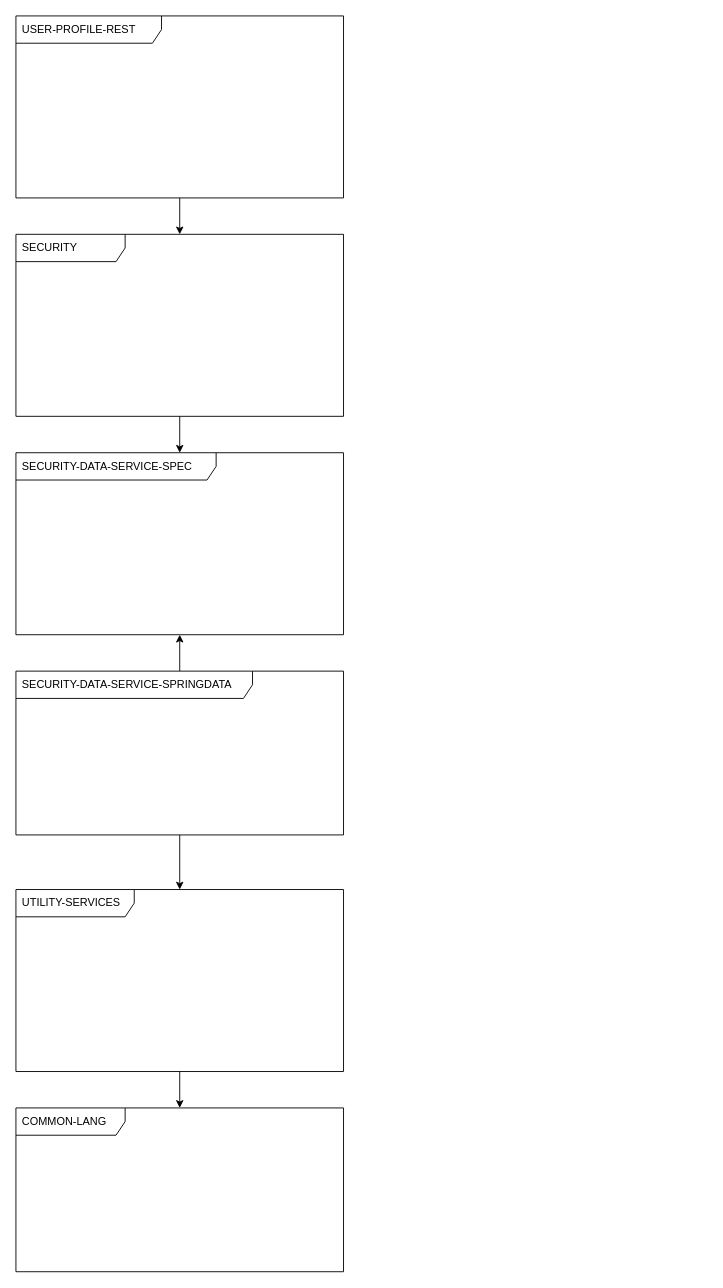
Before: docs/modules.drawio in fx89/advancedbattleships, a draw.io diagram. Source tidied: cells renumbered, new cells numbered last; positions are measured from the earlier drawing's top-left corner, leaving out a move shared by most shapes. Both pictures are drawn from the tidied source at 91%, with x=0, y=0 at pixel (15, 15).
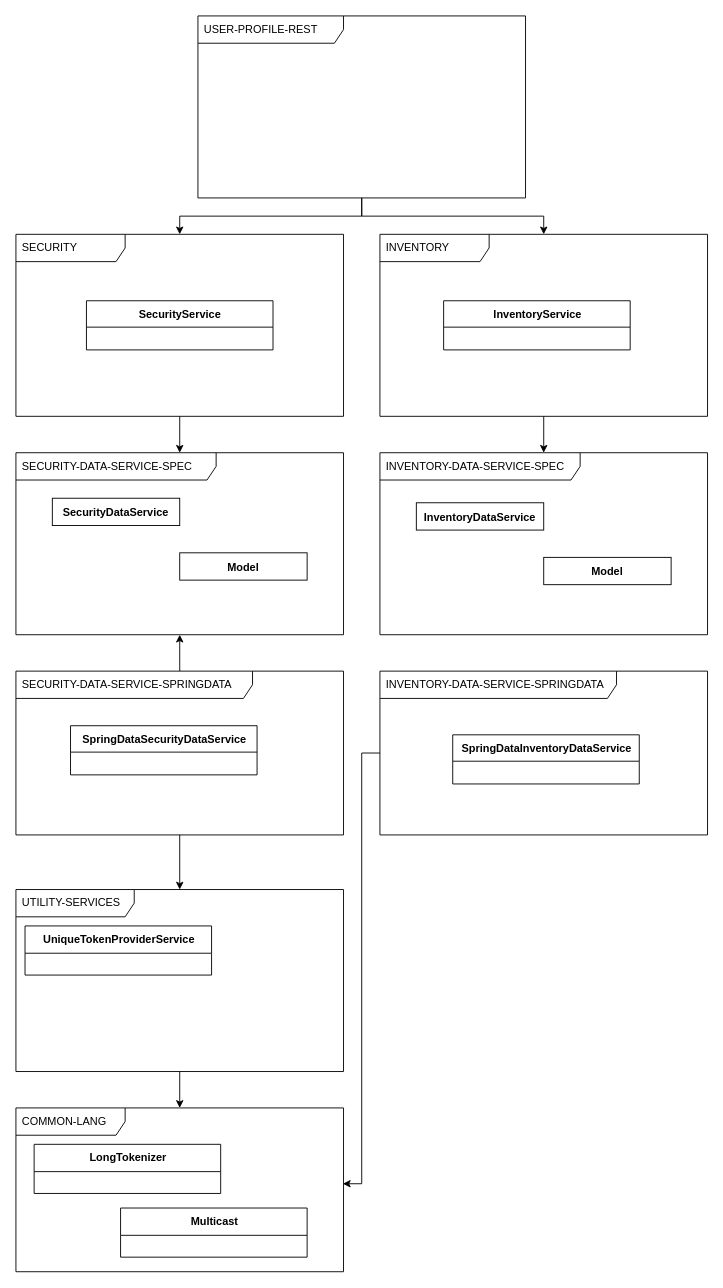
The same page after the edit.

Unchanged cells that the change refers to:
```xml
<mxCell id="2" value="COMMON-LANG" style="shape=umlFrame;whiteSpace=wrap;html=1;width=120;height=30;boundedLbl=1;verticalAlign=middle;align=left;spacingLeft=5;" parent="1" vertex="1">
  <mxGeometry y="1200" width="360" height="180" as="geometry" />
</mxCell>
```

Diff of the diagram source:
```diff
@@
+    <mxCell id="13" style="edgeStyle=orthogonalEdgeStyle;rounded=0;jettySize=auto;html=1;" parent="1" edge="1" source="10" target="15">
+      <mxGeometry relative="1" as="geometry" />
+    </mxCell>
     <mxCell id="10" value="USER-PROFILE-REST" style="shape=umlFrame;whiteSpace=wrap;html=1;width=160;height=30;boundedLbl=1;verticalAlign=middle;align=left;spacingLeft=5;" parent="1" vertex="1">
-      <mxGeometry width="360" height="200" as="geometry" />
+      <mxGeometry x="200" width="360" height="200" as="geometry" />
     </mxCell>
@@
+    <mxCell id="14" style="edgeStyle=orthogonalEdgeStyle;rounded=0;jettySize=auto;html=1;" parent="1" edge="1" source="15" target="16">
+      <mxGeometry relative="1" as="geometry" />
+    </mxCell>
+    <mxCell id="15" value="INVENTORY" style="shape=umlFrame;whiteSpace=wrap;html=1;width=120;height=30;boundedLbl=1;verticalAlign=middle;align=left;spacingLeft=5;" parent="1" vertex="1">
+      <mxGeometry x="400" y="240" width="360" height="200" as="geometry" />
+    </mxCell>
+    <mxCell id="16" value="INVENTORY-DATA-SERVICE-SPEC" style="shape=umlFrame;whiteSpace=wrap;html=1;width=220;height=30;boundedLbl=1;verticalAlign=middle;align=left;spacingLeft=5;" parent="1" vertex="1">
+      <mxGeometry x="400" y="480" width="360" height="200" as="geometry" />
+    </mxCell>
+    <mxCell id="17" style="edgeStyle=orthogonalEdgeStyle;rounded=0;jettySize=auto;html=1;entryX=0.998;entryY=0.463;entryDx=0;entryDy=0;entryPerimeter=0;" parent="1" edge="1" source="18" target="2">
+      <mxGeometry relative="1" as="geometry" />
+    </mxCell>
+    <mxCell id="18" value="INVENTORY-DATA-SERVICE-SPRINGDATA" style="shape=umlFrame;whiteSpace=wrap;html=1;width=260;height=30;boundedLbl=1;verticalAlign=middle;align=left;spacingLeft=5;" parent="1" vertex="1">
+      <mxGeometry x="400" y="720" width="360" height="180" as="geometry" />
+    </mxCell>
+    <mxCell id="19" value="SpringDataInventoryDataService" style="swimlane;fontStyle=1;align=center;verticalAlign=middle;horizontal=1;startSize=29;html=1;" parent="1" vertex="1">
+      <mxGeometry x="480" y="790" width="205" height="54" as="geometry" />
+    </mxCell>
+    <mxCell id="20" value="InventoryDataService" style="fontStyle=1;" parent="1" vertex="1">
+      <mxGeometry x="440" y="535" width="140" height="30" as="geometry" />
+    </mxCell>
+    <mxCell id="21" value="Model" style="fontStyle=1;" parent="1" vertex="1">
+      <mxGeometry x="580" y="595" width="140" height="30" as="geometry" />
+    </mxCell>
+    <mxCell id="22" value="SecurityDataService" style="fontStyle=1;" parent="1" vertex="1">
+      <mxGeometry x="40" y="530" width="140" height="30" as="geometry" />
+    </mxCell>
+    <mxCell id="23" value="Model" style="fontStyle=1;" parent="1" vertex="1">
+      <mxGeometry x="180" y="590" width="140" height="30" as="geometry" />
+    </mxCell>
+    <mxCell id="24" value="SpringDataSecurityDataService" style="swimlane;fontStyle=1;align=center;verticalAlign=middle;horizontal=1;startSize=29;html=1;" parent="1" vertex="1">
+      <mxGeometry x="60" y="780" width="205" height="54" as="geometry" />
+    </mxCell>
+    <mxCell id="25" value="UniqueTokenProviderService" style="swimlane;fontStyle=1;align=center;verticalAlign=middle;horizontal=1;startSize=30;html=1;" parent="1" vertex="1">
+      <mxGeometry x="10" y="1000" width="205" height="54" as="geometry" />
+    </mxCell>
+    <mxCell id="26" value="SecurityService" style="swimlane;fontStyle=1;align=center;verticalAlign=middle;horizontal=1;startSize=29;html=1;" parent="1" vertex="1">
+      <mxGeometry x="77.5" y="313" width="205" height="54" as="geometry" />
+    </mxCell>
+    <mxCell id="27" value="InventoryService" style="swimlane;fontStyle=1;align=center;verticalAlign=middle;horizontal=1;startSize=29;html=1;" parent="1" vertex="1">
+      <mxGeometry x="470" y="313" width="205" height="54" as="geometry" />
+    </mxCell>
+    <mxCell id="28" value="LongTokenizer" style="swimlane;fontStyle=1;align=center;verticalAlign=middle;horizontal=1;startSize=30;html=1;" parent="1" vertex="1">
+      <mxGeometry x="20" y="1240" width="205" height="54" as="geometry" />
+    </mxCell>
+    <mxCell id="29" value="Multicast" style="swimlane;fontStyle=1;align=center;verticalAlign=middle;horizontal=1;startSize=30;html=1;" parent="1" vertex="1">
+      <mxGeometry x="115" y="1310" width="205" height="54" as="geometry" />
+    </mxCell>
```
